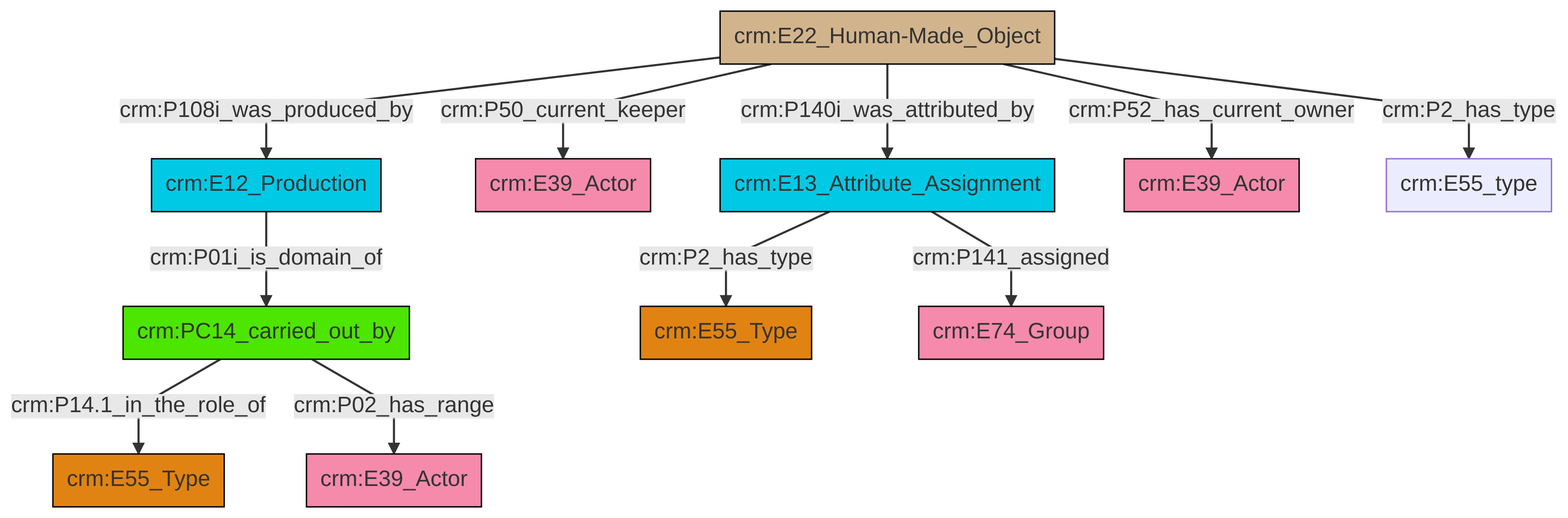
swiss-art-research-net/docs.swissartresearch keeps this Mermaid diagram as et/artworkCSV/ttl/mmd/png/Artwork_Actor_Relations.png. Above is the earlier version. Its source is kept beside it as et/artworkCSV/ttl/mmd/Artwork_Actor_Relations.ttl.mmd.
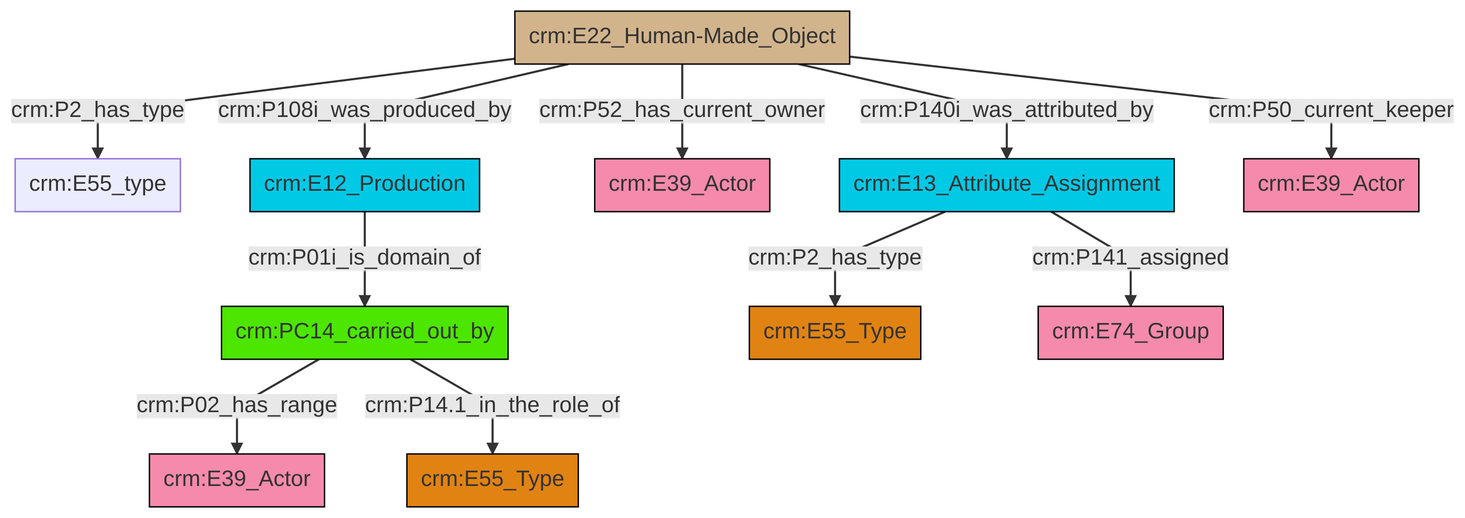
After the commit.

Diff of the diagram source:
```diff
@@ -13,13 +13,13 @@
 classDef PC_Classes fill:#4ce600, stroke:#000000;
 classDef Multi fill:#cccccc,stroke:#000000;
 
-0["crm:PC14_carried_out_by"]:::PC_Classes -->|crm:P14.1_in_the_role_of| 1["crm:E55_Type"]:::Type
-2["crm:E22_Human-Made_Object"]:::Physical_Thing -->|crm:P108i_was_produced_by| 3["crm:E12_Production"]:::Temporal_Entity
-0["crm:PC14_carried_out_by"]:::PC_Classes -->|crm:P02_has_range| 4["crm:E39_Actor"]:::Actor
-2["crm:E22_Human-Made_Object"]:::Physical_Thing -->|crm:P50_current_keeper| 5["crm:E39_Actor"]:::Actor
-2["crm:E22_Human-Made_Object"]:::Physical_Thing -->|crm:P140i_was_attributed_by| 8["crm:E13_Attribute_Assignment"]:::Temporal_Entity
-2["crm:E22_Human-Made_Object"]:::Physical_Thing -->|crm:P52_has_current_owner| 13["crm:E39_Actor"]:::Actor
-3["crm:E12_Production"]:::Temporal_Entity -->|crm:P01i_is_domain_of| 0["crm:PC14_carried_out_by"]:::PC_Classes
-2["crm:E22_Human-Made_Object"]:::Physical_Thing -->|crm:P2_has_type| 15["crm:E55_type"]:::Default
-8["crm:E13_Attribute_Assignment"]:::Temporal_Entity -->|crm:P2_has_type| 6["crm:E55_Type"]:::Type
-8["crm:E13_Attribute_Assignment"]:::Temporal_Entity -->|crm:P141_assigned| 18["crm:E74_Group"]:::Actor
+2["crm:E22_Human-Made_Object"]:::Physical_Thing -->|crm:P2_has_type| 3["crm:E55_type"]:::Default
+2["crm:E22_Human-Made_Object"]:::Physical_Thing -->|crm:P108i_was_produced_by| 6["crm:E12_Production"]:::Temporal_Entity
+6["crm:E12_Production"]:::Temporal_Entity -->|crm:P01i_is_domain_of| 13["crm:PC14_carried_out_by"]:::PC_Classes
+13["crm:PC14_carried_out_by"]:::PC_Classes -->|crm:P02_has_range| 14["crm:E39_Actor"]:::Actor
+7["crm:E13_Attribute_Assignment"]:::Temporal_Entity -->|crm:P2_has_type| 0["crm:E55_Type"]:::Type
+13["crm:PC14_carried_out_by"]:::PC_Classes -->|crm:P14.1_in_the_role_of| 4["crm:E55_Type"]:::Type
+2["crm:E22_Human-Made_Object"]:::Physical_Thing -->|crm:P52_has_current_owner| 9["crm:E39_Actor"]:::Actor
+7["crm:E13_Attribute_Assignment"]:::Temporal_Entity -->|crm:P141_assigned| 15["crm:E74_Group"]:::Actor
+2["crm:E22_Human-Made_Object"]:::Physical_Thing -->|crm:P140i_was_attributed_by| 7["crm:E13_Attribute_Assignment"]:::Temporal_Entity
+2["crm:E22_Human-Made_Object"]:::Physical_Thing -->|crm:P50_current_keeper| 16["crm:E39_Actor"]:::Actor
```
